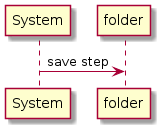
Above: out/src/doc/db/db.png in sadeeqilu/JsonToXML (PlantUML), before the change.
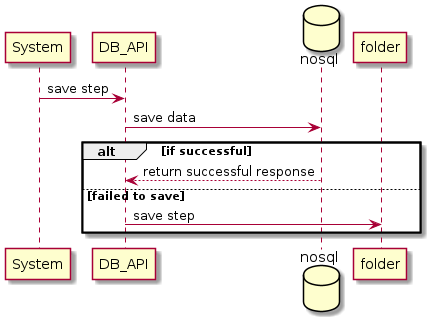
After the commit.

Diff of the diagram source:
```diff
@@ -1,7 +1,15 @@
 @startuml
 !startsub DB
 participant System
+participant DB_API
+database nosql
 participant folder
-System -> folder : save step
+System -> DB_API : save step
+DB_API -> nosql : save data
+alt if successful
+    nosql --> DB_API : return successful response
+else failed to save
+    DB_API -> folder : save step
+end
 !endsub
 @enduml
```
